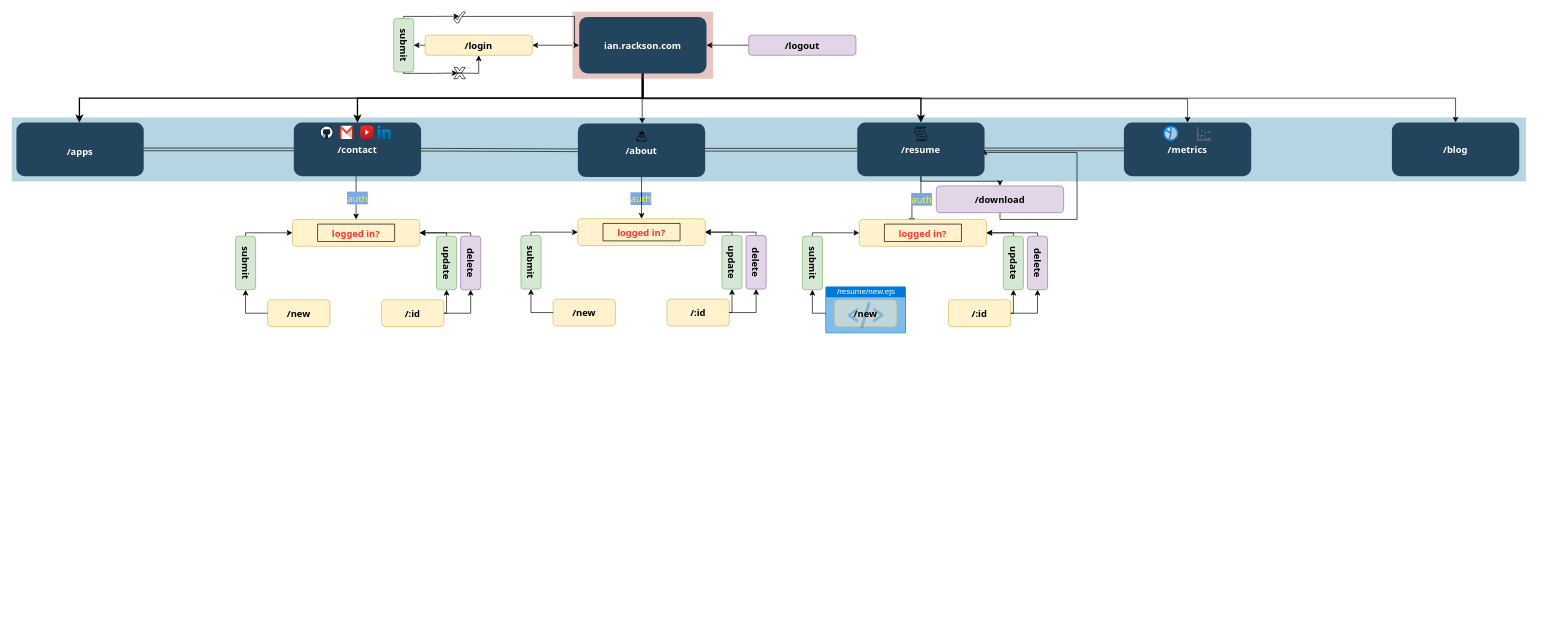
This is agile/Sitemap-v1.drawio from irackson/PersonalBackend, a draw.io file, before an edit. Source tidied: cells renumbered, new cells numbered last; positions are measured from the earlier drawing's top-left corner, leaving out a move shared by most shapes. Both pictures are drawn from the tidied source at 67%, with x=0, y=0 at pixel (11, 11).
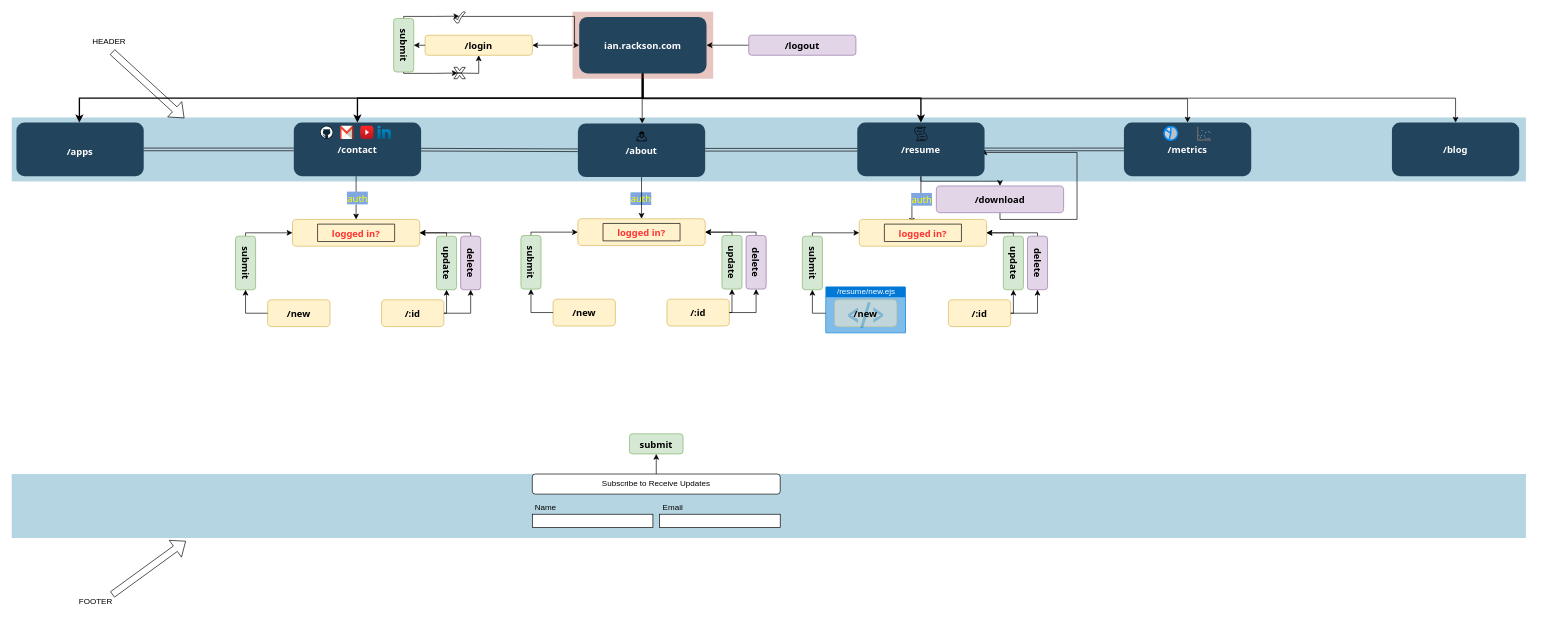
The same page after the edit.

The change refers to these unchanged cells:
```xml
<mxCell id="3" style="fillColor=#10739E;strokeColor=none;opacity=30;" parent="1" vertex="1">
  <mxGeometry y="157.8" width="2260" height="95.5" as="geometry" />
</mxCell>
```

Change to the diagram source:
```diff
@@
+    <mxCell id="115" style="fillColor=#10739E;strokeColor=none;opacity=30;" parent="1" vertex="1">
+      <mxGeometry y="690" width="2260" height="95.5" as="geometry" />
+    </mxCell>
+    <mxCell id="116" style="shape=flexArrow;endArrow=classic;html=1;shadow=0;entryX=0.114;entryY=0.011;entryDx=0;entryDy=0;entryPerimeter=0;" parent="1" edge="1" target="3">
+      <mxGeometry relative="1" as="geometry">
+        <mxPoint x="150" y="60" as="sourcePoint" />
+      </mxGeometry>
+    </mxCell>
+    <mxCell id="117" value="HEADER" style="text;html=1;align=center;verticalAlign=middle;strokeColor=none;" parent="1" vertex="1">
+      <mxGeometry x="110" y="35" width="70" height="20" as="geometry" />
+    </mxCell>
+    <mxCell id="118" value="FOOTER" style="text;html=1;align=center;verticalAlign=middle;strokeColor=none;" parent="1" vertex="1">
+      <mxGeometry x="90" y="870" width="70" height="20" as="geometry" />
+    </mxCell>
+    <mxCell id="119" style="shape=flexArrow;endArrow=classic;html=1;shadow=0;" parent="1" edge="1">
+      <mxGeometry relative="1" as="geometry">
+        <mxPoint x="150" y="870" as="sourcePoint" />
+        <mxPoint x="260" y="790" as="targetPoint" />
+      </mxGeometry>
+    </mxCell>
+    <mxCell id="120" style="group;" parent="1" vertex="1">
+      <mxGeometry x="777" y="690" width="370" height="80" as="geometry" />
+    </mxCell>
+    <mxCell id="121" value="&lt;span&gt;Subscribe to Receive Updates&lt;/span&gt;" style="rounded=1;whiteSpace=wrap;html=1;" parent="120" vertex="1">
+      <mxGeometry width="370" height="30" as="geometry" />
+    </mxCell>
+    <mxCell id="122" style="rounded=0;whiteSpace=wrap;html=1;" parent="120" vertex="1">
+      <mxGeometry y="60" width="180" height="20" as="geometry" />
+    </mxCell>
+    <mxCell id="123" style="rounded=0;whiteSpace=wrap;html=1;" parent="120" vertex="1">
+      <mxGeometry x="190" y="60" width="180" height="20" as="geometry" />
+    </mxCell>
+    <mxCell id="124" value="Name" style="text;html=1;strokeColor=none;fillColor=none;align=center;verticalAlign=middle;whiteSpace=wrap;rounded=0;" parent="120" vertex="1">
+      <mxGeometry y="40" width="40" height="20" as="geometry" />
+    </mxCell>
+    <mxCell id="125" value="Email" style="text;html=1;strokeColor=none;fillColor=none;align=center;verticalAlign=middle;whiteSpace=wrap;rounded=0;" parent="120" vertex="1">
+      <mxGeometry x="190" y="40" width="40" height="20" as="geometry" />
+    </mxCell>
+    <mxCell id="126" value="submit" style="rounded=1;fillColor=#d5e8d4;strokeColor=#82b366;fontStyle=1;fontFamily=Tahoma;fontSize=14;rotation=0;" parent="1" vertex="1">
+      <mxGeometry x="922" y="630" width="80" height="30" as="geometry" />
+    </mxCell>
+    <mxCell id="127" style="edgeStyle=none;rounded=0;jettySize=auto;html=1;entryX=0.5;entryY=1;entryDx=0;entryDy=0;" parent="1" edge="1" source="121" target="126">
+      <mxGeometry relative="1" as="geometry" />
+    </mxCell>
```
